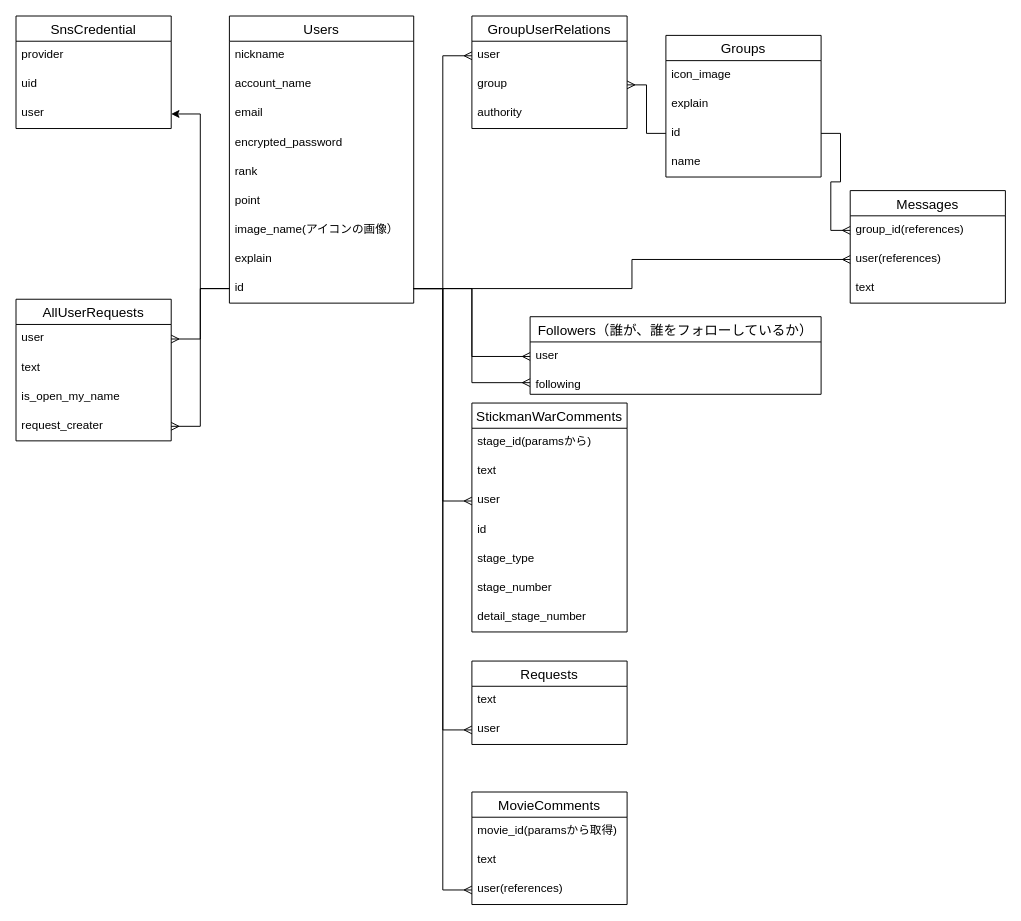
The draw.io diagram database.dio in runba3011/runba_home, before the edit. Source tidied: cells renumbered, new cells numbered last; positions are measured from the earlier drawing's top-left corner, leaving out a move shared by most shapes. Both pictures are drawn from the tidied source at 97%, with x=0, y=0 at pixel (16, 16).
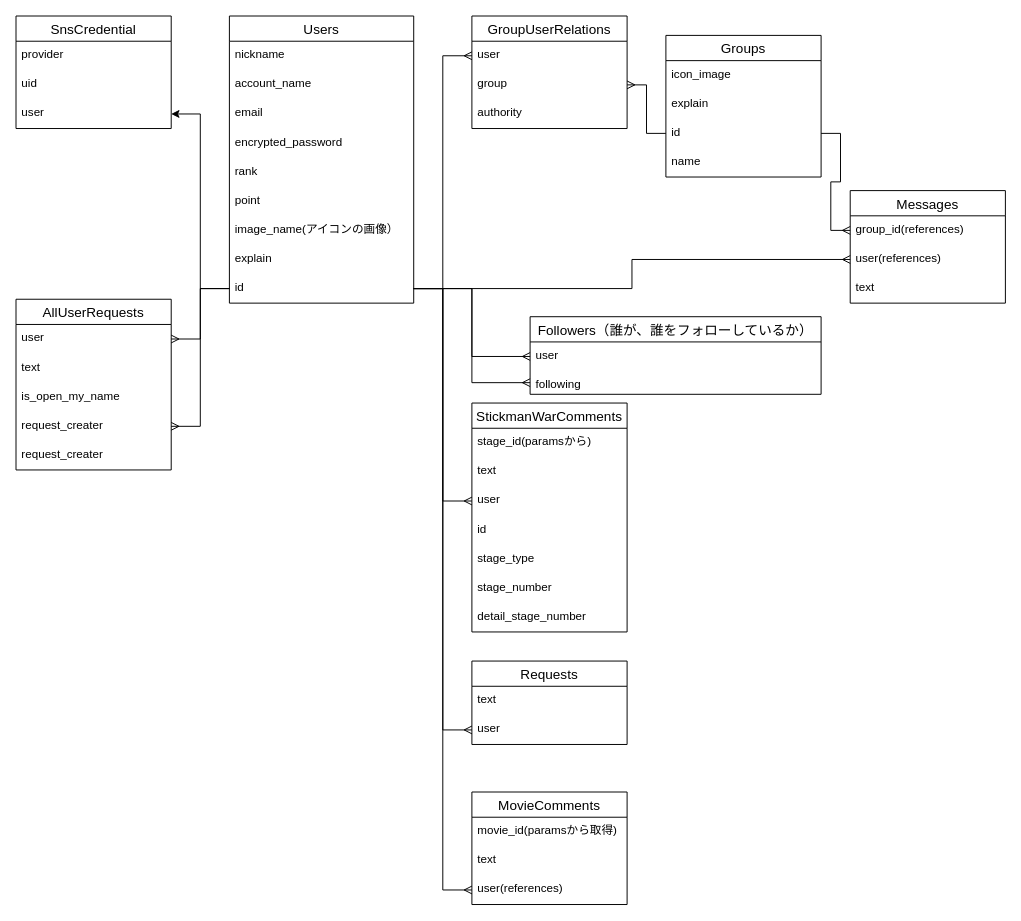
Above is the later version.

Change to the diagram source:
```diff
@@
     <mxCell id="57" value="AllUserRequests" style="swimlane;fontStyle=0;horizontal=1;startSize=26;align=center;fontSize=14;" parent="1" vertex="1">
-      <mxGeometry y="292" width="160" height="146" as="geometry" />
+      <mxGeometry y="292" width="160" height="176" as="geometry" />
     </mxCell>
@@
+    <mxCell id="64" value="request_creater" style="text;strokeColor=none;fillColor=none;spacingLeft=4;spacingRight=4;overflow=hidden;fontSize=12;" parent="57" vertex="1">
+      <mxGeometry y="146" width="160" height="30" as="geometry" />
+    </mxCell>
```
